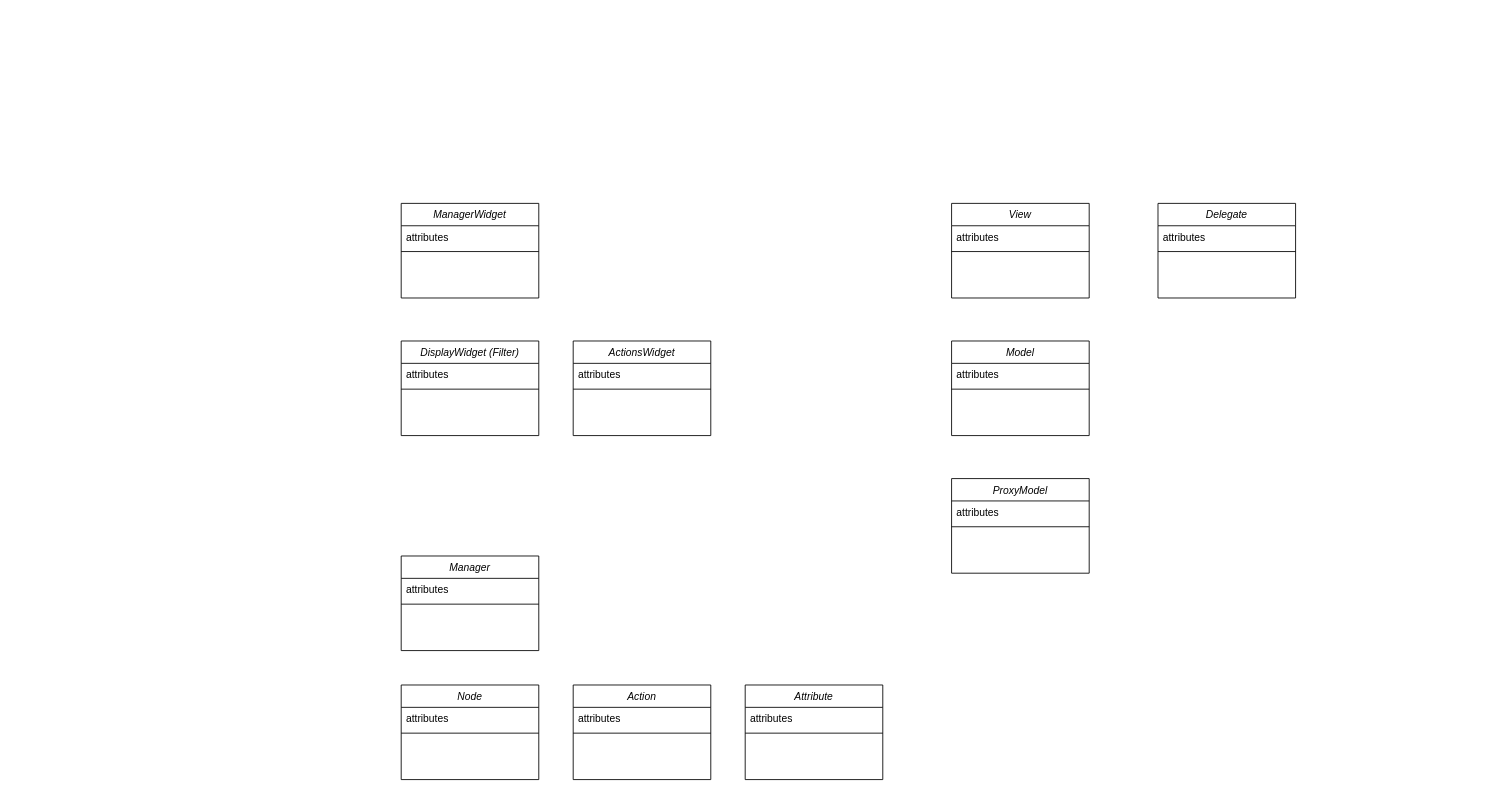
beatreichenbach/node-manager keeps this draw.io diagram as Untitled Diagram.drawio. Above is the earlier version. Source tidied: cells renumbered, new cells numbered last; positions are measured from the earlier drawing's top-left corner, leaving out a move shared by most shapes. Both pictures are drawn from the tidied source at 86%, with x=0, y=0 at pixel (401, 203).
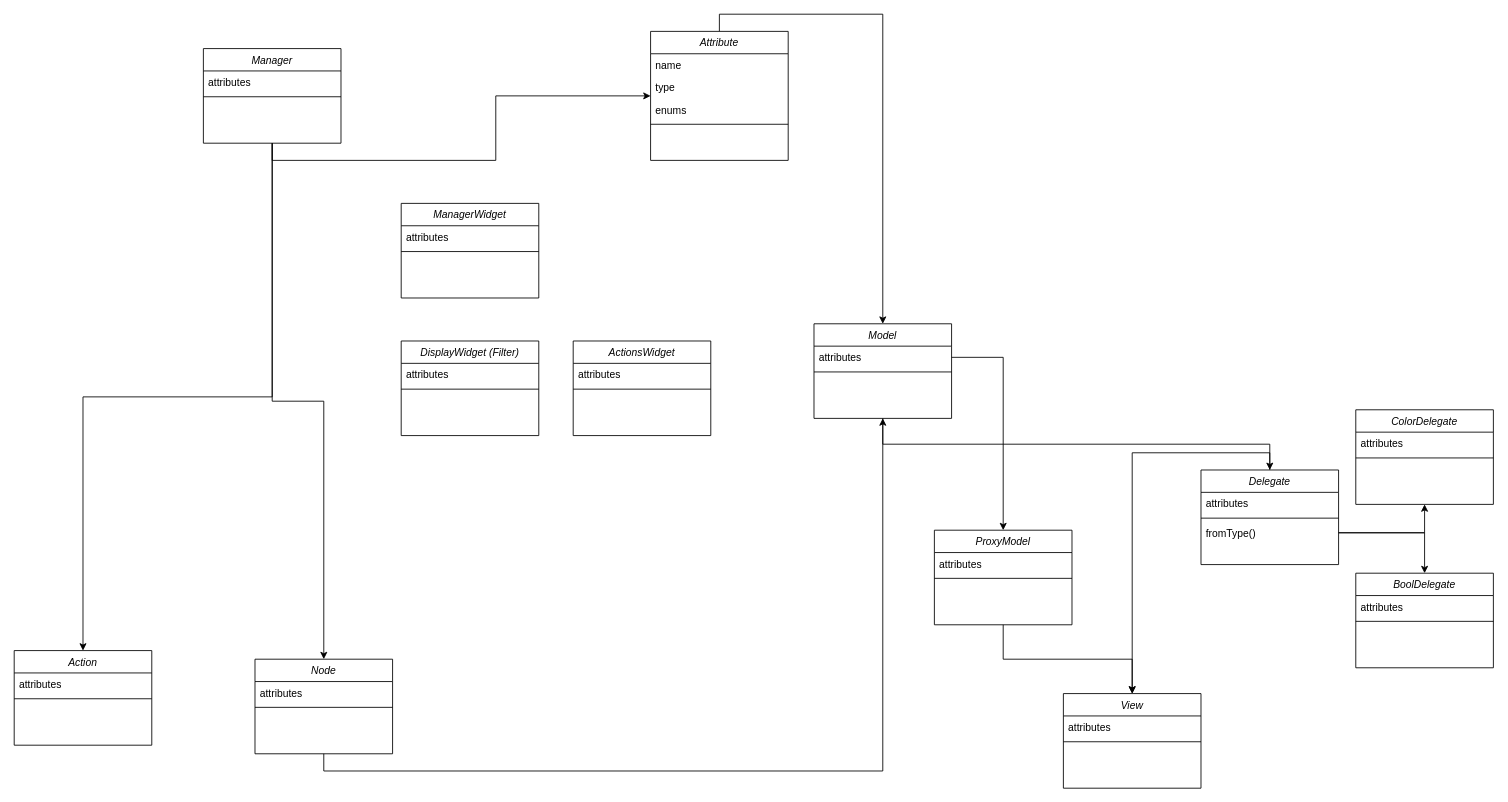
The same page after the edit.

Unchanged cells that the change refers to:
```xml
<mxCell id="12" value="attributes" style="text;align=left;verticalAlign=top;spacingLeft=4;spacingRight=4;overflow=hidden;points=[[0,0.5],[1,0.5]];portConstraint=eastwest;rounded=0;shadow=0;html=0;" parent="11" vertex="1">
  <mxGeometry y="26" width="160" height="26" as="geometry" />
</mxCell>
```

What changed in the source:
```diff
@@
+    <mxCell id="35" style="edgeStyle=orthogonalEdgeStyle;rounded=0;jettySize=auto;html=1;exitX=0.5;exitY=1;exitDx=0;exitDy=0;" parent="1" edge="1" source="2" target="32">
+      <mxGeometry relative="1" as="geometry" />
+    </mxCell>
+    <mxCell id="36" style="edgeStyle=orthogonalEdgeStyle;rounded=0;jettySize=auto;html=1;exitX=0.5;exitY=1;exitDx=0;exitDy=0;" parent="1" edge="1" source="2" target="29">
+      <mxGeometry relative="1" as="geometry" />
+    </mxCell>
+    <mxCell id="37" style="edgeStyle=orthogonalEdgeStyle;rounded=0;jettySize=auto;html=1;exitX=0.5;exitY=1;exitDx=0;exitDy=0;" parent="1" edge="1" source="2" target="26">
+      <mxGeometry relative="1" as="geometry" />
+    </mxCell>
     <mxCell id="2" value="Manager" style="swimlane;fontStyle=2;align=center;verticalAlign=top;horizontal=1;startSize=26;rounded=0;shadow=0;strokeWidth=1;" parent="1" vertex="1">
-      <mxGeometry y="410" width="160" height="110" as="geometry" />
+      <mxGeometry x="-230" y="-180" width="160" height="110" as="geometry" />
     </mxCell>
@@
     <mxCell id="8" value="View" style="swimlane;fontStyle=2;align=center;verticalAlign=top;horizontal=1;startSize=26;rounded=0;shadow=0;strokeWidth=1;" parent="1" vertex="1">
-      <mxGeometry x="640" width="160" height="110" as="geometry" />
+      <mxGeometry x="770" y="570" width="160" height="110" as="geometry" />
     </mxCell>
@@
+    <mxCell id="38" style="edgeStyle=orthogonalEdgeStyle;rounded=0;jettySize=auto;html=1;exitX=0.5;exitY=1;exitDx=0;exitDy=0;" parent="1" edge="1" source="11" target="17">
+      <mxGeometry relative="1" as="geometry" />
+    </mxCell>
     <mxCell id="11" value="Model" style="swimlane;fontStyle=2;align=center;verticalAlign=top;horizontal=1;startSize=26;rounded=0;shadow=0;strokeWidth=1;" parent="1" vertex="1">
-      <mxGeometry x="640" y="160" width="160" height="110" as="geometry" />
+      <mxGeometry x="480" y="140" width="160" height="110" as="geometry" />
     </mxCell>
@@
+    <mxCell id="39" style="edgeStyle=orthogonalEdgeStyle;rounded=0;jettySize=auto;html=1;exitX=0.5;exitY=1;exitDx=0;exitDy=0;" parent="1" edge="1" source="14" target="8">
+      <mxGeometry relative="1" as="geometry" />
+    </mxCell>
     <mxCell id="14" value="ProxyModel" style="swimlane;fontStyle=2;align=center;verticalAlign=top;horizontal=1;startSize=26;rounded=0;shadow=0;strokeWidth=1;" parent="1" vertex="1">
-      <mxGeometry x="640" y="320" width="160" height="110" as="geometry" />
+      <mxGeometry x="620" y="380" width="160" height="110" as="geometry" />
     </mxCell>
@@
+    <mxCell id="40" style="edgeStyle=orthogonalEdgeStyle;rounded=0;jettySize=auto;html=1;exitX=0.5;exitY=0;exitDx=0;exitDy=0;" parent="1" edge="1" source="17" target="8">
+      <mxGeometry relative="1" as="geometry" />
+    </mxCell>
     <mxCell id="17" value="Delegate" style="swimlane;fontStyle=2;align=center;verticalAlign=top;horizontal=1;startSize=26;rounded=0;shadow=0;strokeWidth=1;" parent="1" vertex="1">
-      <mxGeometry x="880" width="160" height="110" as="geometry" />
+      <mxGeometry x="930" y="310" width="160" height="110" as="geometry" />
     </mxCell>
@@
+    <mxCell id="41" value="fromType()" style="text;align=left;verticalAlign=top;spacingLeft=4;spacingRight=4;overflow=hidden;points=[[0,0.5],[1,0.5]];portConstraint=eastwest;rounded=0;shadow=0;html=0;" parent="17" vertex="1">
+      <mxGeometry y="60" width="160" height="26" as="geometry" />
+    </mxCell>
@@
+    <mxCell id="42" style="edgeStyle=orthogonalEdgeStyle;rounded=0;jettySize=auto;html=1;exitX=0.5;exitY=1;exitDx=0;exitDy=0;" parent="1" edge="1" source="26" target="11">
+      <mxGeometry relative="1" as="geometry" />
+    </mxCell>
     <mxCell id="26" value="Node" style="swimlane;fontStyle=2;align=center;verticalAlign=top;horizontal=1;startSize=26;rounded=0;shadow=0;strokeWidth=1;" parent="1" vertex="1">
-      <mxGeometry y="560" width="160" height="110" as="geometry" />
+      <mxGeometry x="-170" y="530" width="160" height="110" as="geometry" />
     </mxCell>
@@
     <mxCell id="29" value="Action" style="swimlane;fontStyle=2;align=center;verticalAlign=top;horizontal=1;startSize=26;rounded=0;shadow=0;strokeWidth=1;" parent="1" vertex="1">
-      <mxGeometry x="200" y="560" width="160" height="110" as="geometry" />
+      <mxGeometry x="-450" y="520" width="160" height="110" as="geometry" />
     </mxCell>
@@
+    <mxCell id="43" style="edgeStyle=orthogonalEdgeStyle;rounded=0;jettySize=auto;html=1;exitX=0.5;exitY=0;exitDx=0;exitDy=0;" parent="1" edge="1" source="32" target="11">
+      <mxGeometry relative="1" as="geometry" />
+    </mxCell>
     <mxCell id="32" value="Attribute" style="swimlane;fontStyle=2;align=center;verticalAlign=top;horizontal=1;startSize=26;rounded=0;shadow=0;strokeWidth=1;" parent="1" vertex="1">
-      <mxGeometry x="400" y="560" width="160" height="110" as="geometry" />
+      <mxGeometry x="290" y="-200" width="160" height="150" as="geometry" />
     </mxCell>
-    <mxCell id="33" value="attributes" style="text;align=left;verticalAlign=top;spacingLeft=4;spacingRight=4;overflow=hidden;rounded=0;shadow=0;html=0;" parent="32" vertex="1">
+    <mxCell id="33" value="name" style="text;align=left;verticalAlign=top;spacingLeft=4;spacingRight=4;overflow=hidden;rounded=0;shadow=0;html=0;" parent="32" vertex="1">
       <mxGeometry y="26" width="160" height="26" as="geometry" />
     </mxCell>
+    <mxCell id="44" value="type" style="text;align=left;verticalAlign=top;spacingLeft=4;spacingRight=4;overflow=hidden;rounded=0;shadow=0;html=0;" parent="32" vertex="1">
+      <mxGeometry y="52" width="160" height="26" as="geometry" />
+    </mxCell>
+    <mxCell id="45" value="enums" style="text;align=left;verticalAlign=top;spacingLeft=4;spacingRight=4;overflow=hidden;rounded=0;shadow=0;html=0;" parent="32" vertex="1">
+      <mxGeometry y="78" width="160" height="26" as="geometry" />
+    </mxCell>
     <mxCell id="34" style="line;html=1;strokeWidth=1;align=left;verticalAlign=middle;spacingTop=-1;spacingLeft=3;spacingRight=3;labelPosition=right;" parent="32" vertex="1">
-      <mxGeometry y="52" width="160" height="8" as="geometry" />
+      <mxGeometry y="104" width="160" height="8" as="geometry" />
     </mxCell>
+    <mxCell id="46" value="BoolDelegate" style="swimlane;fontStyle=2;align=center;verticalAlign=top;horizontal=1;startSize=26;rounded=0;shadow=0;strokeWidth=1;" parent="1" vertex="1">
+      <mxGeometry x="1110" y="430" width="160" height="110" as="geometry" />
+    </mxCell>
+    <mxCell id="47" value="attributes" style="text;align=left;verticalAlign=top;spacingLeft=4;spacingRight=4;overflow=hidden;rounded=0;shadow=0;html=0;" parent="46" vertex="1">
+      <mxGeometry y="26" width="160" height="26" as="geometry" />
+    </mxCell>
+    <mxCell id="48" style="line;html=1;strokeWidth=1;align=left;verticalAlign=middle;spacingTop=-1;spacingLeft=3;spacingRight=3;labelPosition=right;" parent="46" vertex="1">
+      <mxGeometry y="52" width="160" height="8" as="geometry" />
+    </mxCell>
+    <mxCell id="49" style="edgeStyle=orthogonalEdgeStyle;rounded=0;jettySize=auto;html=1;exitX=1;exitY=0.5;exitDx=0;exitDy=0;" parent="1" edge="1" source="41" target="46">
+      <mxGeometry relative="1" as="geometry" />
+    </mxCell>
+    <mxCell id="50" value="ColorDelegate" style="swimlane;fontStyle=2;align=center;verticalAlign=top;horizontal=1;startSize=26;rounded=0;shadow=0;strokeWidth=1;" parent="1" vertex="1">
+      <mxGeometry x="1110" y="240" width="160" height="110" as="geometry" />
+    </mxCell>
+    <mxCell id="51" value="attributes" style="text;align=left;verticalAlign=top;spacingLeft=4;spacingRight=4;overflow=hidden;rounded=0;shadow=0;html=0;" parent="50" vertex="1">
+      <mxGeometry y="26" width="160" height="26" as="geometry" />
+    </mxCell>
+    <mxCell id="52" style="line;html=1;strokeWidth=1;align=left;verticalAlign=middle;spacingTop=-1;spacingLeft=3;spacingRight=3;labelPosition=right;" parent="50" vertex="1">
+      <mxGeometry y="52" width="160" height="8" as="geometry" />
+    </mxCell>
+    <mxCell id="53" style="edgeStyle=orthogonalEdgeStyle;rounded=0;jettySize=auto;html=1;exitX=1;exitY=0.5;exitDx=0;exitDy=0;" parent="1" edge="1" source="41" target="50">
+      <mxGeometry relative="1" as="geometry" />
+    </mxCell>
+    <mxCell id="54" style="edgeStyle=orthogonalEdgeStyle;rounded=0;jettySize=auto;html=1;exitX=1;exitY=0.5;exitDx=0;exitDy=0;" parent="1" edge="1" source="12" target="14">
+      <mxGeometry relative="1" as="geometry" />
+    </mxCell>
```
